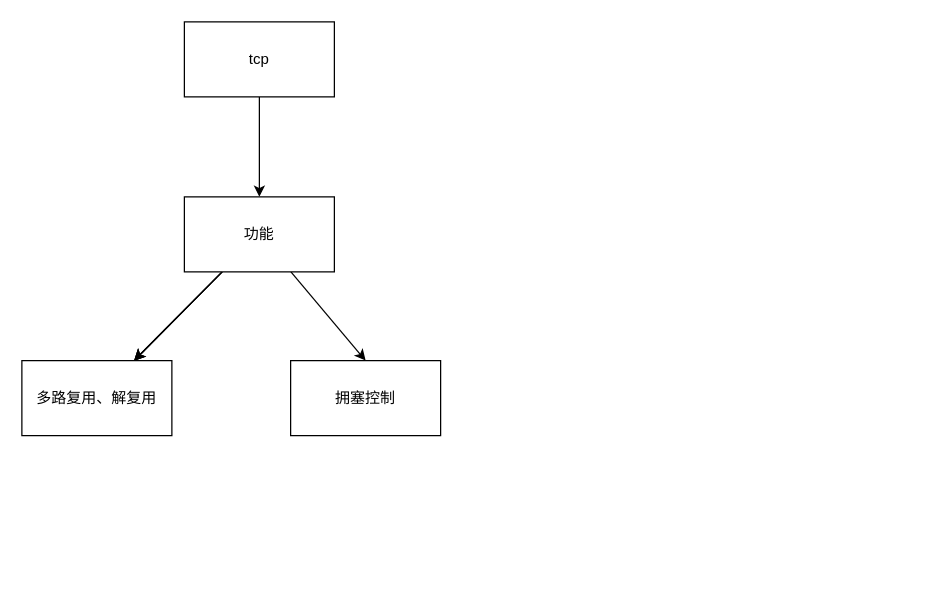
programmerSuH/- keeps this draw.io diagram as study_notes/计算机网络/图片/tcp.drawio. Above is the earlier version. Source tidied: cells renumbered, new cells numbered last; positions are measured from the earlier drawing's top-left corner, leaving out a move shared by most shapes. Both pictures are drawn from the tidied source at 125%, with x=0, y=0 at pixel (21, 21).
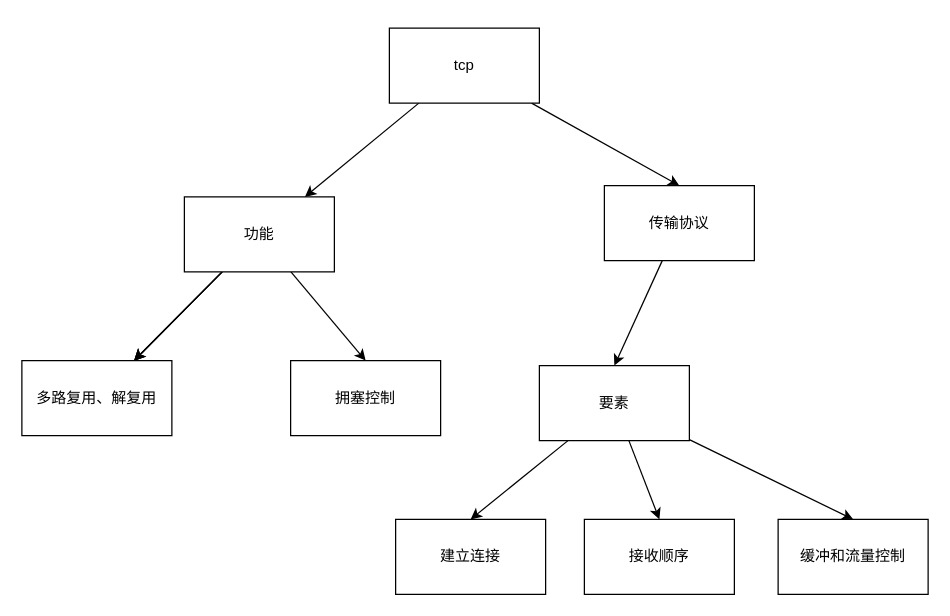
Above is the later version.

The edit, as a diff of the source:
```diff
@@
+    <mxCell id="11" style="edgeStyle=none;html=1;entryX=0.5;entryY=0;entryDx=0;entryDy=0;" parent="1" edge="1" source="3" target="13">
+      <mxGeometry relative="1" as="geometry" />
+    </mxCell>
     <mxCell id="3" value="tcp" style="rounded=0;whiteSpace=wrap;html=1;" parent="1" vertex="1">
-      <mxGeometry x="130" width="120" height="60" as="geometry" />
+      <mxGeometry x="294" y="5" width="120" height="60" as="geometry" />
     </mxCell>
@@
+    <mxCell id="12" style="edgeStyle=none;html=1;entryX=0.5;entryY=0;entryDx=0;entryDy=0;" parent="1" edge="1" source="13" target="17">
+      <mxGeometry relative="1" as="geometry" />
+    </mxCell>
+    <mxCell id="13" value="传输协议" style="rounded=0;whiteSpace=wrap;html=1;" parent="1" vertex="1">
+      <mxGeometry x="466" y="131" width="120" height="60" as="geometry" />
+    </mxCell>
+    <mxCell id="14" style="edgeStyle=none;html=1;entryX=0.5;entryY=0;entryDx=0;entryDy=0;" parent="1" edge="1" source="17" target="18">
+      <mxGeometry relative="1" as="geometry" />
+    </mxCell>
+    <mxCell id="15" style="edgeStyle=none;html=1;entryX=0.5;entryY=0;entryDx=0;entryDy=0;" parent="1" edge="1" source="17" target="19">
+      <mxGeometry relative="1" as="geometry" />
+    </mxCell>
+    <mxCell id="16" style="edgeStyle=none;html=1;entryX=0.5;entryY=0;entryDx=0;entryDy=0;" parent="1" edge="1" source="17" target="20">
+      <mxGeometry relative="1" as="geometry" />
+    </mxCell>
+    <mxCell id="17" value="要素" style="rounded=0;whiteSpace=wrap;html=1;" parent="1" vertex="1">
+      <mxGeometry x="414" y="275" width="120" height="60" as="geometry" />
+    </mxCell>
+    <mxCell id="18" value="建立连接" style="rounded=0;whiteSpace=wrap;html=1;" parent="1" vertex="1">
+      <mxGeometry x="299" y="398" width="120" height="60" as="geometry" />
+    </mxCell>
+    <mxCell id="19" value="接收顺序" style="rounded=0;whiteSpace=wrap;html=1;" parent="1" vertex="1">
+      <mxGeometry x="450" y="398" width="120" height="60" as="geometry" />
+    </mxCell>
+    <mxCell id="20" value="缓冲和流量控制" style="rounded=0;whiteSpace=wrap;html=1;" parent="1" vertex="1">
+      <mxGeometry x="605" y="398" width="120" height="60" as="geometry" />
+    </mxCell>
```
